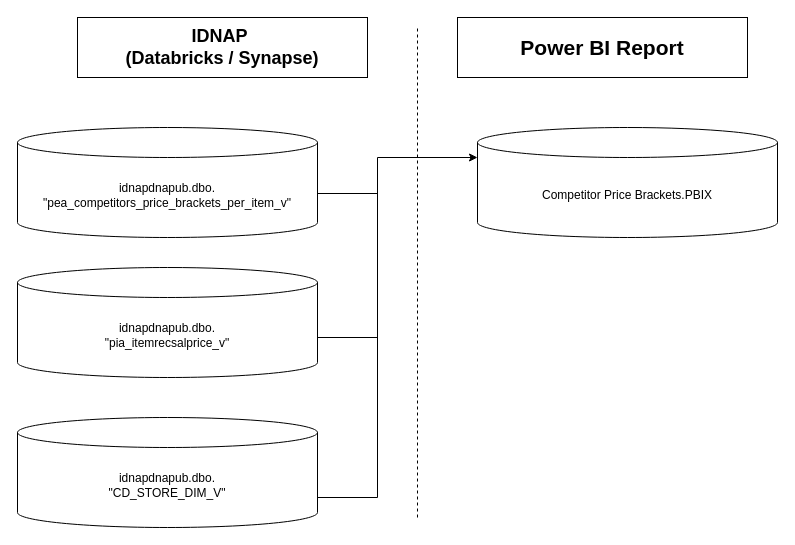
LevinAndre/Icons keeps this draw.io diagram as Untitled Diagram.drawio. Above is the earlier version. Source tidied: cells renumbered, new cells numbered last; positions are measured from the earlier drawing's top-left corner, leaving out a move shared by most shapes. Both pictures are drawn from the tidied source at 100%, with x=0, y=0 at pixel (17, 17).
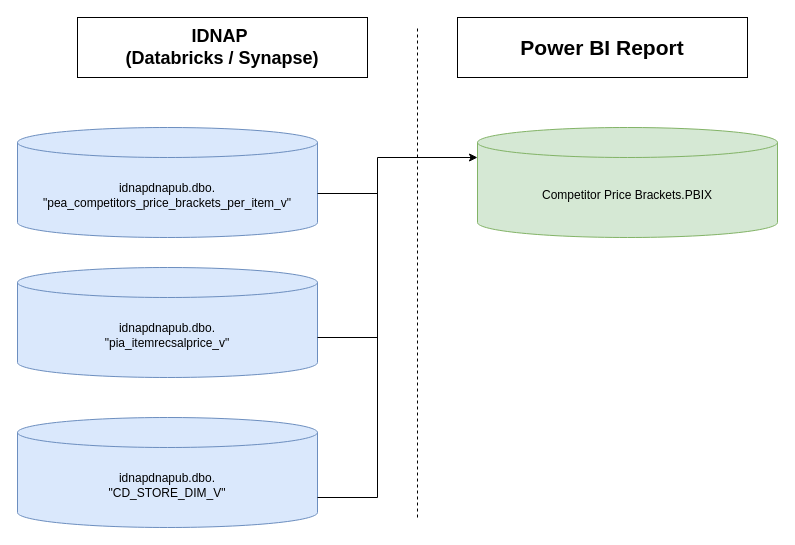
The same diagram, later.

What changed in the source:
```diff
@@
 <mxGraphModel>
   <root>
     <mxCell id="0" />
     <mxCell id="1" parent="0" />
-    <mxCell id="2" value="idnapdnapub.dbo.&lt;br&gt;&quot;pea_competitors_price_brackets_per_item_v&quot;" style="shape=cylinder3;whiteSpace=wrap;html=1;boundedLbl=1;backgroundOutline=1;size=15;" parent="1" vertex="1">
+    <mxCell id="2" value="idnapdnapub.dbo.&lt;br&gt;&quot;pea_competitors_price_brackets_per_item_v&quot;" style="shape=cylinder3;whiteSpace=wrap;html=1;boundedLbl=1;backgroundOutline=1;size=15;fillColor=#dae8fc;strokeColor=#6c8ebf;" parent="1" vertex="1">
       <mxGeometry y="110" width="300" height="110" as="geometry" />
     </mxCell>
-    <mxCell id="3" value="idnapdnapub.dbo.&lt;br&gt;&quot;pia_itemrecsalprice_v&quot;" style="shape=cylinder3;whiteSpace=wrap;html=1;boundedLbl=1;backgroundOutline=1;size=15;" parent="1" vertex="1">
+    <mxCell id="3" value="idnapdnapub.dbo.&lt;br&gt;&quot;pia_itemrecsalprice_v&quot;" style="shape=cylinder3;whiteSpace=wrap;html=1;boundedLbl=1;backgroundOutline=1;size=15;fillColor=#dae8fc;strokeColor=#6c8ebf;" parent="1" vertex="1">
       <mxGeometry y="250" width="300" height="110" as="geometry" />
     </mxCell>
-    <mxCell id="4" value="idnapdnapub.dbo.&lt;br&gt;&quot;CD_STORE_DIM_V&quot;" style="shape=cylinder3;whiteSpace=wrap;html=1;boundedLbl=1;backgroundOutline=1;size=15;" parent="1" vertex="1">
+    <mxCell id="4" value="idnapdnapub.dbo.&lt;br&gt;&quot;CD_STORE_DIM_V&quot;" style="shape=cylinder3;whiteSpace=wrap;html=1;boundedLbl=1;backgroundOutline=1;size=15;fillColor=#dae8fc;strokeColor=#6c8ebf;" parent="1" vertex="1">
       <mxGeometry y="400" width="300" height="110" as="geometry" />
     </mxCell>
     <mxCell id="5" style="endArrow=none;html=1;rounded=0;exitX=1;exitY=0.6;exitDx=0;exitDy=0;exitPerimeter=0;" parent="1" edge="1" source="2">
       <mxGeometry relative="1" as="geometry">
         <mxPoint x="360" y="176" as="targetPoint" />
       </mxGeometry>
     </mxCell>
     <mxCell id="6" style="endArrow=none;html=1;rounded=0;exitX=1;exitY=0.6;exitDx=0;exitDy=0;exitPerimeter=0;" parent="1" edge="1">
       <mxGeometry relative="1" as="geometry">
         <mxPoint x="300" y="480" as="sourcePoint" />
         <mxPoint x="360" y="480" as="targetPoint" />
       </mxGeometry>
     </mxCell>
     <mxCell id="7" style="endArrow=none;html=1;rounded=0;exitX=1;exitY=0.6;exitDx=0;exitDy=0;exitPerimeter=0;" parent="1" edge="1">
       <mxGeometry relative="1" as="geometry">
         <mxPoint x="300" y="320" as="sourcePoint" />
         <mxPoint x="360" y="320" as="targetPoint" />
       </mxGeometry>
     </mxCell>
     <mxCell id="8" style="endArrow=none;html=1;rounded=0;" parent="1" edge="1">
       <mxGeometry relative="1" as="geometry">
         <mxPoint x="360" y="480" as="sourcePoint" />
         <mxPoint x="360" y="140" as="targetPoint" />
       </mxGeometry>
     </mxCell>
     <mxCell id="9" style="endArrow=classic;html=1;rounded=0;" parent="1" edge="1">
       <mxGeometry relative="1" as="geometry">
         <mxPoint x="360" y="140" as="sourcePoint" />
         <mxPoint x="460" y="140" as="targetPoint" />
       </mxGeometry>
     </mxCell>
-    <mxCell id="10" value="Competitor Price Brackets.PBIX" style="shape=cylinder3;whiteSpace=wrap;html=1;boundedLbl=1;backgroundOutline=1;size=15;" parent="1" vertex="1">
+    <mxCell id="10" value="Competitor Price Brackets.PBIX" style="shape=cylinder3;whiteSpace=wrap;html=1;boundedLbl=1;backgroundOutline=1;size=15;fillColor=#d5e8d4;strokeColor=#82b366;" parent="1" vertex="1">
       <mxGeometry x="460" y="110" width="300" height="110" as="geometry" />
     </mxCell>
     <mxCell id="11" style="endArrow=none;dashed=1;html=1;rounded=0;" parent="1" edge="1">
       <mxGeometry relative="1" as="geometry">
         <mxPoint x="400" y="500" as="sourcePoint" />
         <mxPoint x="400" y="10" as="targetPoint" />
       </mxGeometry>
     </mxCell>
     <mxCell id="12" value="&lt;b style=&quot;&quot;&gt;&lt;font style=&quot;font-size: 18px;&quot;&gt;IDNAP&amp;nbsp;&lt;br&gt;(Databricks / Synapse)&lt;/font&gt;&lt;/b&gt;" style="rounded=0;whiteSpace=wrap;html=1;" parent="1" vertex="1">
       <mxGeometry x="60" width="290" height="60" as="geometry" />
     </mxCell>
     <mxCell id="13" value="&lt;font style=&quot;font-size: 21px;&quot;&gt;&lt;b&gt;Power BI Report&lt;/b&gt;&lt;/font&gt;" style="rounded=0;whiteSpace=wrap;html=1;" parent="1" vertex="1">
       <mxGeometry x="440" width="290" height="60" as="geometry" />
     </mxCell>
   </root>
 </mxGraphModel>
```
